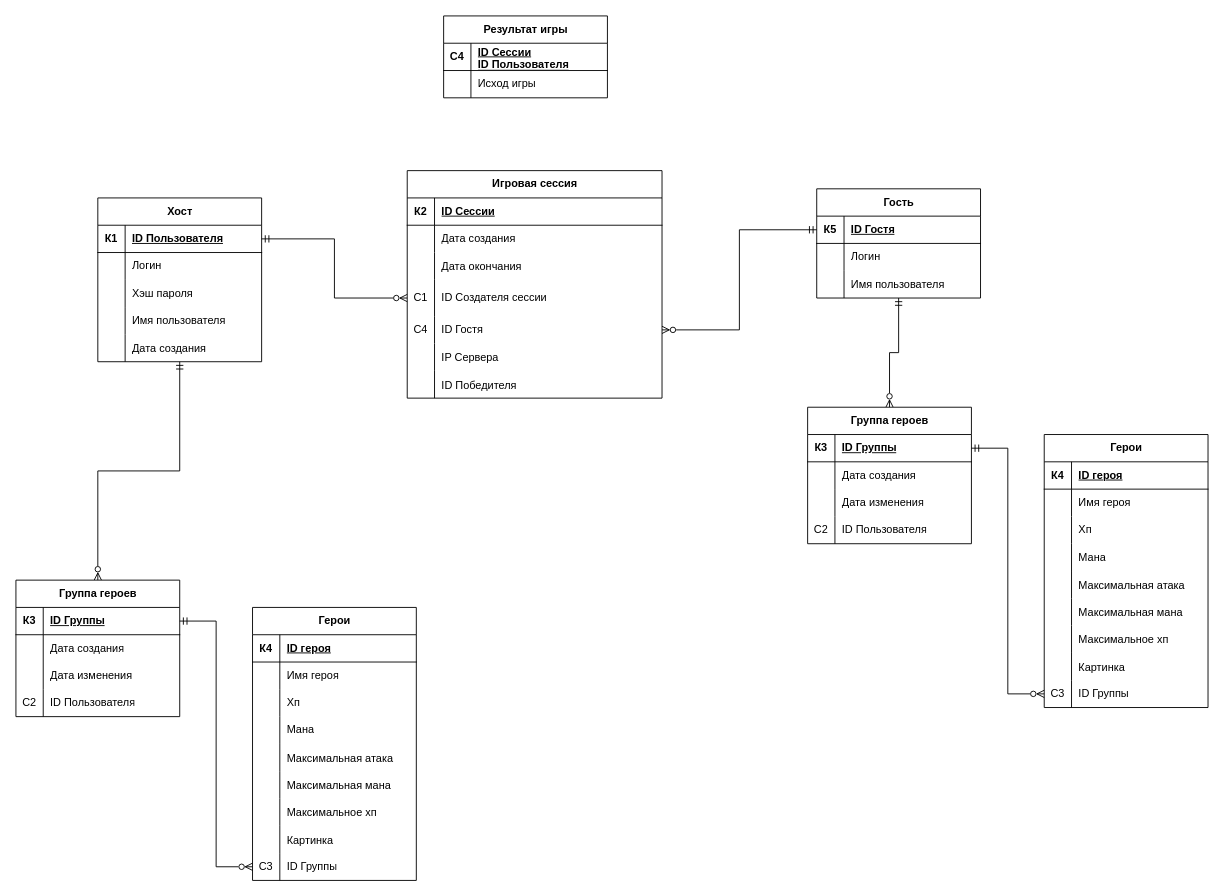
This is page "Страница-4" (4 of 4) of database_diagram.drawio from 44656e6973/JavaSpringGame, a draw.io file, before an edit. Source tidied: cells renumbered, new cells numbered last; positions are measured from the earlier drawing's top-left corner, leaving out a move shared by most shapes. Both pictures are drawn from the tidied source at 91%, with x=0, y=0 at pixel (15, 15).
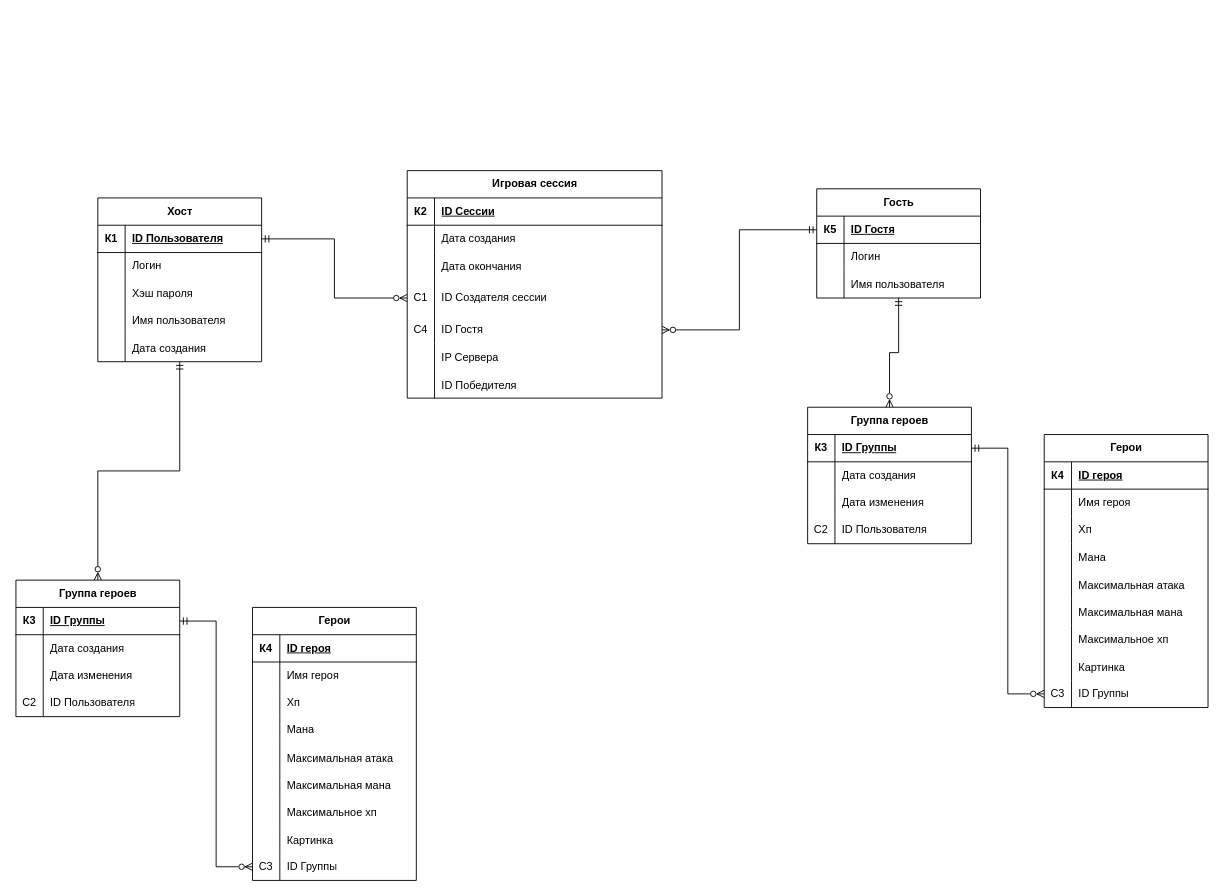
The same page after the edit.

Change to the diagram source:
```diff
@@
-    <mxCell id="83" value="Результат игры" style="shape=table;startSize=30;childLayout=tableLayout;rowLines=0;fontStyle=1;align=center;html=1;" parent="1" vertex="1">
-      <mxGeometry x="470" width="180" height="90" as="geometry" />
-    </mxCell>
-    <mxCell id="84" style="shape=tableRow;horizontal=0;startSize=0;swimlaneHead=0;swimlaneBody=0;fillColor=none;top=0;left=0;right=0;bottom=1;" parent="83" vertex="1">
-      <mxGeometry y="30" width="180" height="30" as="geometry" />
-    </mxCell>
-    <mxCell id="85" value="C4" style="shape=partialRectangle;fillColor=none;top=0;left=0;bottom=0;right=0;fontStyle=1;overflow=hidden;whiteSpace=wrap;html=1;" parent="84" vertex="1">
-      <mxGeometry width="30" height="30" as="geometry" />
-    </mxCell>
-    <mxCell id="86" value="ID Сессии&lt;div&gt;ID Пользователя&lt;/div&gt;" style="shape=partialRectangle;fillColor=none;top=0;left=0;bottom=0;right=0;align=left;spacingLeft=6;fontStyle=5;overflow=hidden;whiteSpace=wrap;html=1;" parent="84" vertex="1">
-      <mxGeometry x="30" width="150" height="30" as="geometry" />
-    </mxCell>
-    <mxCell id="87" style="shape=tableRow;horizontal=0;startSize=0;swimlaneHead=0;swimlaneBody=0;fillColor=none;top=0;left=0;right=0;bottom=0;" parent="83" vertex="1">
-      <mxGeometry y="60" width="180" height="30" as="geometry" />
-    </mxCell>
-    <mxCell id="88" style="shape=partialRectangle;fillColor=none;top=0;left=0;bottom=0;right=0;overflow=hidden;whiteSpace=wrap;html=1;" parent="87" vertex="1">
-      <mxGeometry width="30" height="30" as="geometry" />
-    </mxCell>
-    <mxCell id="89" value="Исход игры" style="shape=partialRectangle;fillColor=none;top=0;left=0;bottom=0;right=0;align=left;spacingLeft=6;overflow=hidden;whiteSpace=wrap;html=1;" parent="87" vertex="1">
-      <mxGeometry x="30" width="150" height="30" as="geometry" />
-    </mxCell>
```
